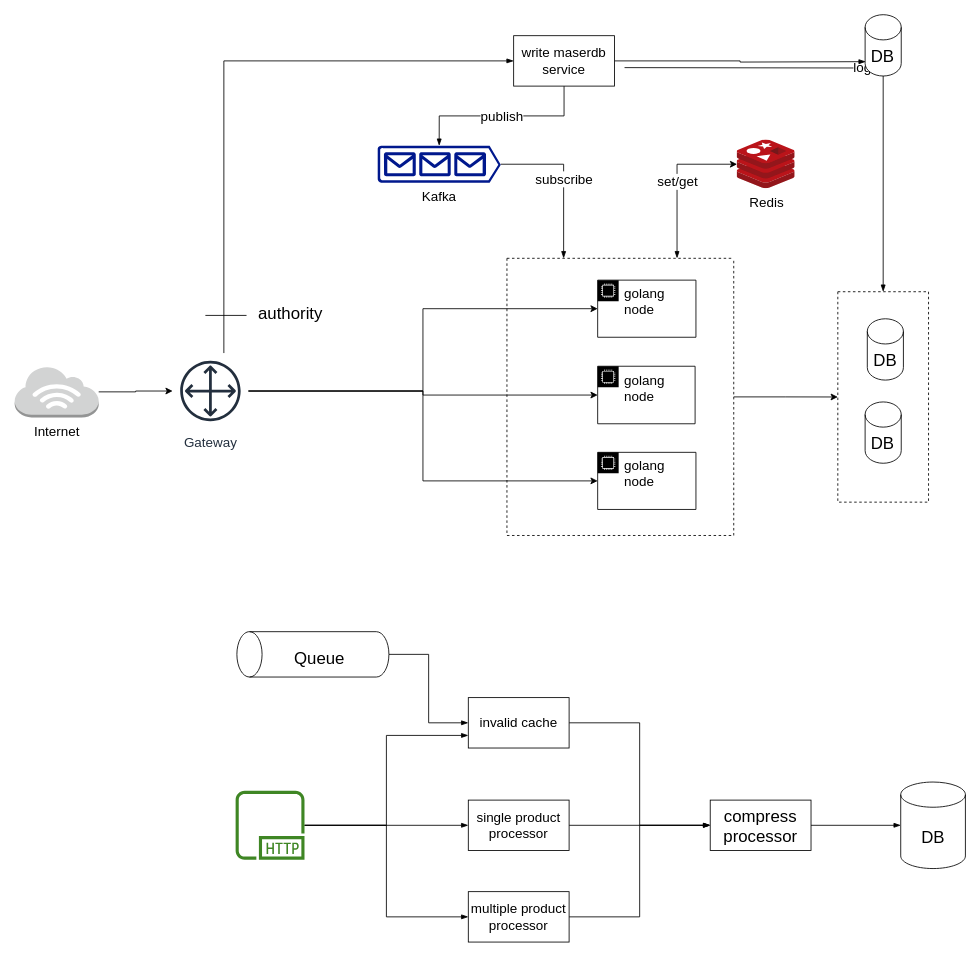
Above: architecture-ecommerce.drawio in shifuvn/diagram (draw.io), before the change. Source tidied: cells renumbered, new cells numbered last; positions are measured from the earlier drawing's top-left corner, leaving out a move shared by most shapes. Both pictures are drawn from the tidied source at 84%, with x=0, y=0 at pixel (14, 14).
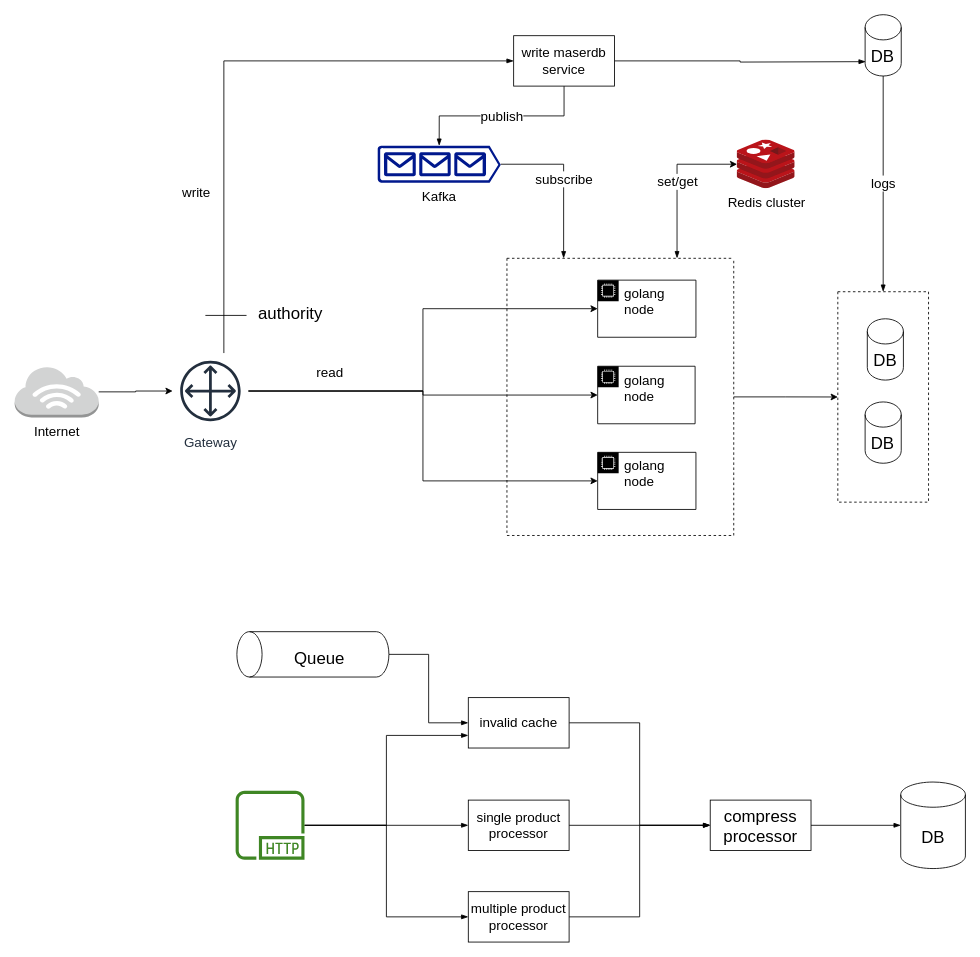
After the change.

Unchanged cells that the change refers to:
```xml
<mxCell id="2" style="swimlane;startSize=0;dashed=1;fontSize=16;" parent="1" vertex="1">
  <mxGeometry x="979.9" y="329.8" width="108" height="250.5" as="geometry" />
</mxCell>
<mxCell id="13" value="&lt;div style=&quot;font-size: 16px;&quot;&gt;Gateway&lt;/div&gt;" style="sketch=0;outlineConnect=0;fontColor=#232F3E;gradientColor=none;strokeColor=#232F3E;fillColor=#ffffff;dashed=0;verticalLabelPosition=bottom;verticalAlign=top;align=center;html=1;fontSize=16;fontStyle=0;shape=mxgraph.aws4.resourceIcon;resIcon=mxgraph.aws4.customer_gateway;" parent="1" vertex="1">
  <mxGeometry x="188" y="403" width="90" height="90" as="geometry" />
</mxCell>
<mxCell id="16" value="golang node" style="points=[[0,0],[0.25,0],[0.5,0],[0.75,0],[1,0],[1,0.25],[1,0.5],[1,0.75],[1,1],[0.75,1],[0.5,1],[0.25,1],[0,1],[0,0.75],[0,0.5],[0,0.25]];outlineConnect=0;html=1;whiteSpace=wrap;fontSize=16;fontStyle=0;shape=mxgraph.aws4.group;grIcon=mxgraph.aws4.group_ec2_instance_contents;verticalAlign=top;align=left;spacingLeft=30;dashed=0;" parent="1" vertex="1">
  <mxGeometry x="694" y="521" width="117" height="68" as="geometry" />
</mxCell>
<mxCell id="34" value="write maserdb service" style="rounded=0;whiteSpace=wrap;html=1;fontSize=16;" parent="1" vertex="1">
  <mxGeometry x="594" y="25" width="120" height="60" as="geometry" />
</mxCell>
<mxCell id="43" value="DB" style="shape=cylinder3;whiteSpace=wrap;html=1;boundedLbl=1;backgroundOutline=1;size=15;fontSize=20;" parent="1" vertex="1">
  <mxGeometry x="1012.4" width="43" height="73" as="geometry" />
</mxCell>
```

Change to the diagram source:
```diff
@@
-    <mxCell id="11" style="edgeStyle=orthogonalEdgeStyle;rounded=0;jettySize=auto;html=1;entryX=0;entryY=0.5;entryDx=0;entryDy=0;fontSize=16;" parent="1" edge="1" source="13" target="16">
-      <mxGeometry relative="1" as="geometry" />
+    <mxCell id="11" value="read" style="edgeStyle=orthogonalEdgeStyle;rounded=0;jettySize=auto;html=1;entryX=0;entryY=0.5;entryDx=0;entryDy=0;fontSize=16;" parent="1" edge="1" source="13" target="16">
+      <mxGeometry x="-0.63" y="22" relative="1" as="geometry" />
     </mxCell>
-    <mxCell id="12" style="edgeStyle=orthogonalEdgeStyle;rounded=0;jettySize=auto;html=1;entryX=0;entryY=0.5;entryDx=0;entryDy=0;fontSize=16;startArrow=none;startFill=0;endArrow=blockThin;endFill=1;" parent="1" edge="1" source="13" target="34">
-      <mxGeometry relative="1" as="geometry">
+    <mxCell id="12" value="write" style="edgeStyle=orthogonalEdgeStyle;rounded=0;jettySize=auto;html=1;entryX=0;entryY=0.5;entryDx=0;entryDy=0;fontSize=16;startArrow=none;startFill=0;endArrow=blockThin;endFill=1;" parent="1" edge="1" source="13" target="34">
+      <mxGeometry x="-0.45" y="33" relative="1" as="geometry">
         <Array as="points">
           <mxPoint x="249" y="55" />
         </Array>
       </mxGeometry>
     </mxCell>
@@
-    <mxCell id="18" value="Redis" style="sketch=0;html=1;points=[];align=center;image;fontSize=16;image=img/lib/mscae/Cache_Redis_Product.svg;dashed=1;" parent="1" vertex="1">
+    <mxCell id="18" value="&lt;div&gt;Redis cluster&lt;/div&gt;" style="sketch=0;html=1;points=[];align=center;image;fontSize=16;image=img/lib/mscae/Cache_Redis_Product.svg;dashed=1;" parent="1" vertex="1">
       <mxGeometry x="860" y="149" width="69" height="58" as="geometry" />
     </mxCell>
@@
-    <mxCell id="31" value="logs" style="edgeStyle=orthogonalEdgeStyle;rounded=0;jettySize=auto;html=1;fontSize=16;startArrow=none;startFill=0;endArrow=blockThin;endFill=1;" parent="1" edge="1" target="2">
-      <mxGeometry relative="1" as="geometry">
-        <mxPoint x="726" y="63" as="sourcePoint" />
-      </mxGeometry>
+    <mxCell id="31" value="logs" style="edgeStyle=orthogonalEdgeStyle;rounded=0;jettySize=auto;html=1;fontSize=16;startArrow=none;startFill=0;endArrow=blockThin;endFill=1;exitX=0.5;exitY=1;exitDx=0;exitDy=0;exitPerimeter=0;" parent="1" edge="1" source="43" target="2">
+      <mxGeometry relative="1" as="geometry" />
     </mxCell>
```
